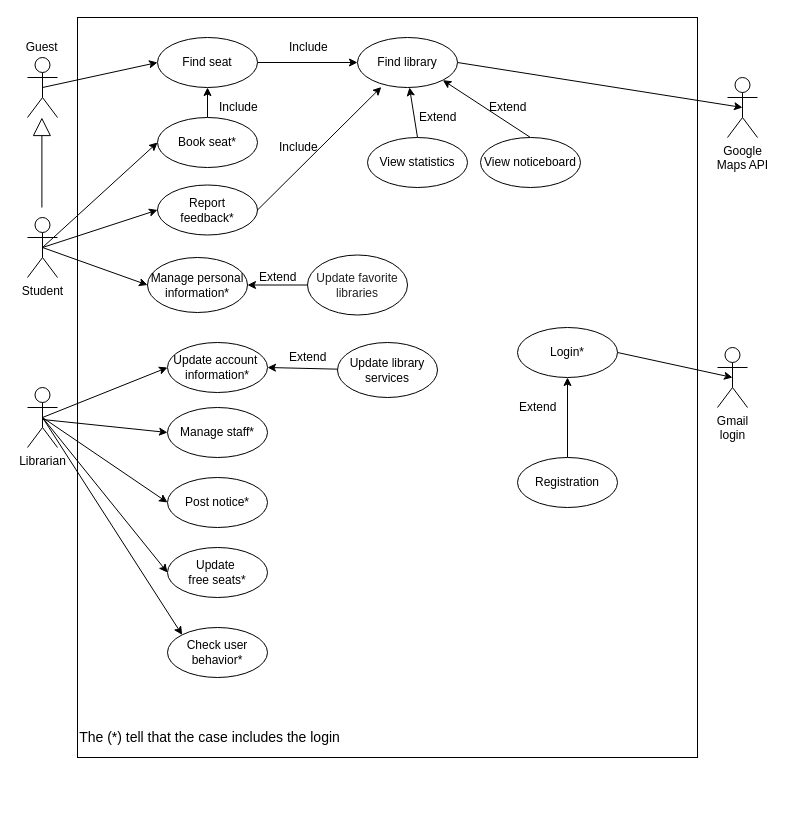
Earlier version of the draw.io diagram Documentazione/Use case diagram.drawio (contiinguniroma2/LibraryApp). Source tidied: cells renumbered, new cells numbered last; positions are measured from the earlier drawing's top-left corner, leaving out a move shared by most shapes. Both pictures are drawn from the tidied source at 100%, with x=0, y=0 at pixel (17, 17).
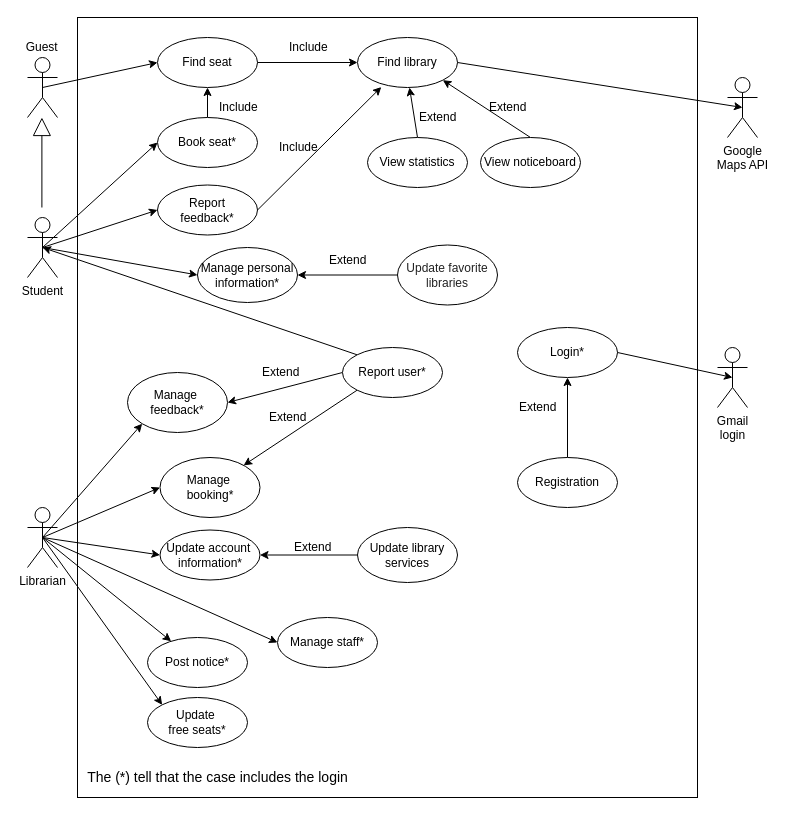
The same page after the edit.

Commit message:
Modifica use case diagram: aggiunta estensione report user

The change refers to these unchanged cells:
```xml
<mxCell id="3" value="Student" style="shape=umlActor;verticalLabelPosition=bottom;labelBackgroundColor=#ffffff;verticalAlign=top;html=1;" parent="1" vertex="1">
  <mxGeometry x="10" y="200" width="30" height="60" as="geometry" />
</mxCell>
```

Diff of the diagram source:
```diff
@@
     <mxCell id="2" style="rounded=0;whiteSpace=wrap;html=1;" parent="1" vertex="1">
-      <mxGeometry x="60" width="620" height="740" as="geometry" />
+      <mxGeometry x="60" width="620" height="780" as="geometry" />
     </mxCell>
@@
-    <mxCell id="6" style="edgeStyle=none;rounded=0;jettySize=auto;html=1;entryX=0;entryY=0.5;entryDx=0;entryDy=0;" parent="1" edge="1" target="46">
-      <mxGeometry relative="1" as="geometry">
-        <mxPoint x="25" y="402" as="sourcePoint" />
-      </mxGeometry>
+    <mxCell id="6" style="edgeStyle=none;rounded=0;jettySize=auto;html=1;entryX=0;entryY=0.5;entryDx=0;entryDy=0;exitX=0.5;exitY=0.5;exitDx=0;exitDy=0;exitPerimeter=0;" parent="1" edge="1" source="8" target="46">
+      <mxGeometry relative="1" as="geometry" />
     </mxCell>
-    <mxCell id="7" style="edgeStyle=none;rounded=0;jettySize=auto;html=1;entryX=0;entryY=0.5;entryDx=0;entryDy=0;exitX=0.5;exitY=0.5;exitDx=0;exitDy=0;exitPerimeter=0;" parent="1" edge="1" source="8" target="47">
+    <mxCell id="7" style="edgeStyle=none;rounded=0;jettySize=auto;html=1;exitX=0.5;exitY=0.5;exitDx=0;exitDy=0;exitPerimeter=0;" parent="1" edge="1" source="8" target="47">
       <mxGeometry relative="1" as="geometry" />
     </mxCell>
+    <mxCell id="54" style="edgeStyle=none;rounded=0;jettySize=auto;html=1;exitX=0.5;exitY=0.5;exitDx=0;exitDy=0;exitPerimeter=0;entryX=0;entryY=0.5;entryDx=0;entryDy=0;" parent="1" edge="1" source="8" target="59">
+      <mxGeometry relative="1" as="geometry" />
+    </mxCell>
+    <mxCell id="55" style="edgeStyle=none;rounded=0;jettySize=auto;html=1;exitX=0.5;exitY=0.5;exitDx=0;exitDy=0;exitPerimeter=0;entryX=0;entryY=1;entryDx=0;entryDy=0;" parent="1" edge="1" source="8" target="60">
+      <mxGeometry relative="1" as="geometry" />
+    </mxCell>
     <mxCell id="8" value="Librarian&lt;br&gt;" style="shape=umlActor;verticalLabelPosition=bottom;labelBackgroundColor=#ffffff;verticalAlign=top;html=1;" parent="1" vertex="1">
-      <mxGeometry x="10" y="370" width="30" height="60" as="geometry" />
+      <mxGeometry x="10" y="490" width="30" height="60" as="geometry" />
     </mxCell>
@@
     <mxCell id="12" value="Manage personal information*" style="ellipse;whiteSpace=wrap;html=1;" parent="1" vertex="1">
-      <mxGeometry x="130" y="240" width="100" height="55" as="geometry" />
+      <mxGeometry x="180" y="230" width="100" height="55" as="geometry" />
     </mxCell>
@@
     <mxCell id="15" value="Update&amp;nbsp;&lt;br&gt;free seats*" style="ellipse;whiteSpace=wrap;html=1;" parent="1" vertex="1">
-      <mxGeometry x="150" y="530" width="100" height="50" as="geometry" />
+      <mxGeometry x="130" y="680" width="100" height="50" as="geometry" />
     </mxCell>
     <mxCell id="16" value="Update account&amp;nbsp;&lt;br&gt;information*" style="ellipse;whiteSpace=wrap;html=1;" parent="1" vertex="1">
-      <mxGeometry x="150" y="325" width="100" height="50" as="geometry" />
+      <mxGeometry x="142.5" y="512.5" width="100" height="50" as="geometry" />
     </mxCell>
@@
-    <mxCell id="24" style="endArrow=classic;html=1;entryX=0;entryY=0.5;entryDx=0;entryDy=0;exitX=0.5;exitY=0.5;exitDx=0;exitDy=0;exitPerimeter=0;" parent="1" edge="1" source="8" target="15">
+    <mxCell id="24" style="endArrow=classic;html=1;entryX=0;entryY=0;entryDx=0;entryDy=0;exitX=0.5;exitY=0.5;exitDx=0;exitDy=0;exitPerimeter=0;" parent="1" edge="1" source="8" target="15">
       <mxGeometry relative="1" as="geometry" />
     </mxCell>
@@
     <mxCell id="36" value="&lt;font style=&quot;font-size: 12px&quot;&gt;&lt;span style=&quot;color: rgb(34 , 34 , 34) ; font-family: &amp;#34;arial&amp;#34; , sans-serif ; text-align: left ; white-space: pre-wrap&quot;&gt;Update favorite libraries&lt;/span&gt;&lt;/font&gt;" style="ellipse;whiteSpace=wrap;html=1;" parent="1" vertex="1">
-      <mxGeometry x="290" y="237.5" width="100" height="60" as="geometry" />
+      <mxGeometry x="380" y="227.5" width="100" height="60" as="geometry" />
     </mxCell>
     <mxCell id="37" value="Extend" style="text;html=1;align=left;verticalAlign=top;spacingTop=-4;" parent="1" vertex="1">
-      <mxGeometry x="240" y="250" width="50" height="20" as="geometry" />
+      <mxGeometry x="310" y="232.5" width="50" height="20" as="geometry" />
     </mxCell>
@@
     <mxCell id="46" value="Manage staff*" style="ellipse;whiteSpace=wrap;html=1;" parent="1" vertex="1">
-      <mxGeometry x="150" y="390" width="100" height="50" as="geometry" />
+      <mxGeometry x="260" y="600" width="100" height="50" as="geometry" />
     </mxCell>
     <mxCell id="47" value="Post notice*" style="ellipse;whiteSpace=wrap;html=1;" parent="1" vertex="1">
-      <mxGeometry x="150" y="460" width="100" height="50" as="geometry" />
+      <mxGeometry x="130" y="620" width="100" height="50" as="geometry" />
     </mxCell>
@@
     <mxCell id="49" value="Update library&lt;br&gt;services" style="ellipse;whiteSpace=wrap;html=1;" parent="1" vertex="1">
-      <mxGeometry x="320" y="325" width="100" height="55" as="geometry" />
+      <mxGeometry x="340" y="510" width="100" height="55" as="geometry" />
     </mxCell>
     <mxCell id="50" value="Extend" style="text;html=1;align=left;verticalAlign=top;spacingTop=-4;" parent="1" vertex="1">
-      <mxGeometry x="270" y="330" width="50" height="20" as="geometry" />
+      <mxGeometry x="275" y="520" width="50" height="20" as="geometry" />
     </mxCell>
     <mxCell id="51" value="&lt;font style=&quot;font-size: 14px&quot;&gt;The (*) tell that the case includes the login&lt;/font&gt;" style="text;html=1;strokeColor=none;fillColor=none;align=center;verticalAlign=middle;whiteSpace=wrap;rounded=0;" parent="1" vertex="1">
-      <mxGeometry x="60" y="710" width="265" height="20" as="geometry" />
+      <mxGeometry x="67.5" y="750" width="265" height="20" as="geometry" />
     </mxCell>
-    <mxCell id="52" style="endArrow=classic;html=1;entryX=0;entryY=0;entryDx=0;entryDy=0;exitX=0.5;exitY=0.5;exitDx=0;exitDy=0;exitPerimeter=0;" parent="1" edge="1" source="8" target="53">
-      <mxGeometry relative="1" as="geometry" />
-    </mxCell>
+    <mxCell id="56" style="rounded=0;jettySize=auto;html=1;exitX=0;exitY=0;exitDx=0;exitDy=0;entryX=0.5;entryY=0.5;entryDx=0;entryDy=0;entryPerimeter=0;" parent="1" edge="1" source="53" target="3">
+      <mxGeometry relative="1" as="geometry" />
+    </mxCell>
+    <mxCell id="57" style="edgeStyle=none;rounded=0;jettySize=auto;html=1;exitX=0;exitY=0.5;exitDx=0;exitDy=0;entryX=1;entryY=0.5;entryDx=0;entryDy=0;" parent="1" edge="1" source="53" target="60">
+      <mxGeometry relative="1" as="geometry" />
+    </mxCell>
+    <mxCell id="58" style="edgeStyle=none;rounded=0;jettySize=auto;html=1;exitX=0;exitY=1;exitDx=0;exitDy=0;" parent="1" edge="1" source="53" target="59">
+      <mxGeometry relative="1" as="geometry" />
+    </mxCell>
-    <mxCell id="53" value="Check user behavior*" style="ellipse;whiteSpace=wrap;html=1;" parent="1" vertex="1">
-      <mxGeometry x="150" y="610" width="100" height="50" as="geometry" />
+    <mxCell id="53" value="Report user*" style="ellipse;whiteSpace=wrap;html=1;" parent="1" vertex="1">
+      <mxGeometry x="325" y="330" width="100" height="50" as="geometry" />
     </mxCell>
+    <mxCell id="59" value="Manage&amp;nbsp;&lt;br&gt;booking*" style="ellipse;whiteSpace=wrap;html=1;" parent="1" vertex="1">
+      <mxGeometry x="142.5" y="440" width="100" height="60" as="geometry" />
+    </mxCell>
+    <mxCell id="60" value="Manage&amp;nbsp;&lt;br&gt;feedback*" style="ellipse;whiteSpace=wrap;html=1;" parent="1" vertex="1">
+      <mxGeometry x="110" y="355" width="100" height="60" as="geometry" />
+    </mxCell>
+    <mxCell id="61" value="Extend" style="text;html=1;align=left;verticalAlign=top;spacingTop=-4;" parent="1" vertex="1">
+      <mxGeometry x="250" y="390" width="50" height="20" as="geometry" />
+    </mxCell>
+    <mxCell id="62" value="Extend" style="text;html=1;align=left;verticalAlign=top;spacingTop=-4;" parent="1" vertex="1">
+      <mxGeometry x="242.5" y="345" width="50" height="20" as="geometry" />
+    </mxCell>
```
